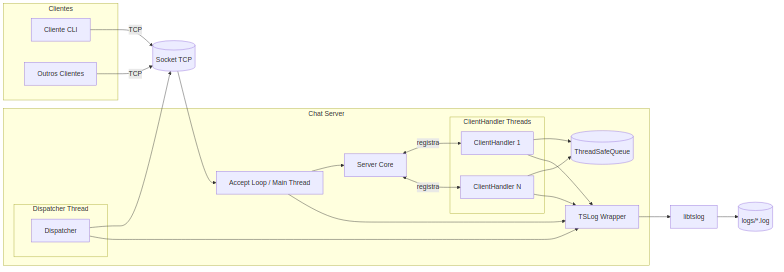
The Mermaid diagram docs/diagramas/componentes.png in LucasGabrielFontes/TrabalhoFinalLPII, before a commit. Its source is kept beside it as docs/diagramas/componentes.mmd. Source of this version:
```mermaid
flowchart LR
  subgraph Clients[Clientes]
    C1[Cliente CLI]
    Cn[Outros Clientes]
  end
  C1 -- TCP --> NET[(Socket TCP)]
  Cn -- TCP --> NET
  subgraph Server[Chat Server]
    A[Accept Loop / Main Thread]
    SrvCore[Server Core]
    subgraph Handlers[ClientHandler Threads]
      H1[ClientHandler 1]
      Hn[ClientHandler N]
    end
    subgraph Disp[Dispatcher Thread]
      D[Dispatcher]
    end
    Q[(ThreadSafeQueue<Message>)]
    L[TSLog Wrapper]
  end
  L --> Lib[libtslog]
  Lib --> LogFile[(logs/*.log)]
  NET --> A
  A --> SrvCore
  SrvCore <-- registra --> H1
  SrvCore <-- registra --> Hn
  H1 --> Q
  Hn --> Q
  D --> NET
  D --> L
  H1 --> L
  Hn --> L
  A --> L
```
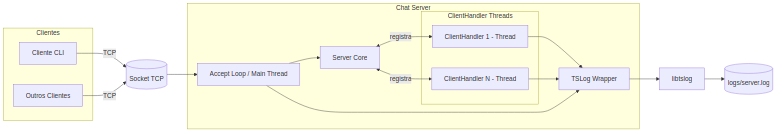
Above is the later version.

What changed in the source:
```diff
@@ -9,25 +9,17 @@
     A[Accept Loop / Main Thread]
     SrvCore[Server Core]
     subgraph Handlers[ClientHandler Threads]
-      H1[ClientHandler 1]
-      Hn[ClientHandler N]
+      H1[ClientHandler 1 - Thread]
+      Hn[ClientHandler N - Thread]
     end
-    subgraph Disp[Dispatcher Thread]
-      D[Dispatcher]
-    end
-    Q[(ThreadSafeQueue<Message>)]
     L[TSLog Wrapper]
   end
   L --> Lib[libtslog]
-  Lib --> LogFile[(logs/*.log)]
+  Lib --> LogFile[(logs/server.log)]
   NET --> A
   A --> SrvCore
   SrvCore <-- registra --> H1
   SrvCore <-- registra --> Hn
-  H1 --> Q
-  Hn --> Q
-  D --> NET
-  D --> L
   H1 --> L
   Hn --> L
   A --> L
```
